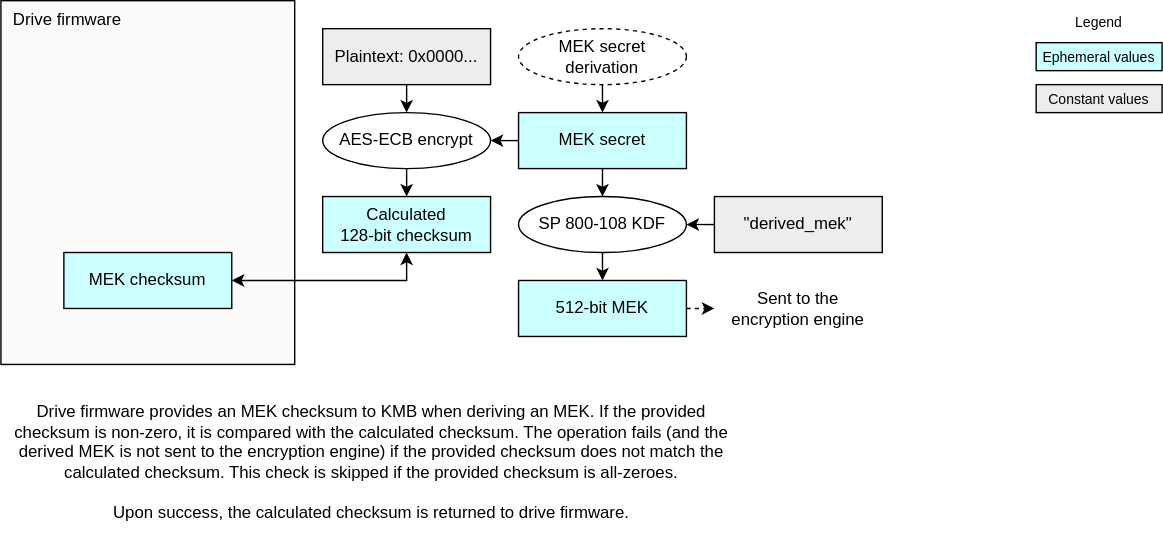
The draw.io diagram doc/ocp_lock/diagrams/mek_derive.drawio.svg in chipsalliance/Caliptra, before a commit. Source tidied: cells renumbered, new cells last; positions are measured from the earlier drawing's top-left corner, leaving out a move shared by most shapes. Source of this version:
```xml
<mxGraphModel background="#ffffff">
  <root>
    <mxCell id="0" />
    <mxCell id="1" parent="0" />
    <mxCell id="2" value="Legend" style="text;strokeColor=none;align=center;fillColor=none;html=1;verticalAlign=middle;whiteSpace=wrap;rounded=0;fontSize=10;" parent="1" vertex="1">
      <mxGeometry x="755" width="60" height="30" as="geometry" />
    </mxCell>
    <mxCell id="3" value="&lt;div&gt;&lt;font color=&quot;#000000&quot;&gt;Ephemeral values&lt;/font&gt;&lt;/div&gt;" style="rounded=0;whiteSpace=wrap;html=1;align=center;verticalAlign=middle;shadow=0;glass=0;spacingLeft=0;spacingBottom=0;spacingTop=0;fillColor=#CCFFFF;fontSize=10;" parent="1" vertex="1">
      <mxGeometry x="740" y="30" width="90" height="20" as="geometry" />
    </mxCell>
    <mxCell id="4" style="edgeStyle=none;html=1;exitX=0.5;exitY=1;exitDx=0;exitDy=0;entryX=0.5;entryY=0;entryDx=0;entryDy=0;" parent="1" edge="1" source="7" target="5">
      <mxGeometry relative="1" as="geometry" />
    </mxCell>
    <mxCell id="5" value="&lt;div&gt;&lt;font color=&quot;#000000&quot;&gt;512-bit MEK&lt;/font&gt;&lt;/div&gt;" style="rounded=0;whiteSpace=wrap;html=1;align=center;verticalAlign=middle;shadow=0;glass=0;spacingLeft=0;spacingBottom=0;spacingTop=0;fillColor=#CCFFFF;" parent="1" vertex="1">
      <mxGeometry x="370" y="200" width="120" height="40" as="geometry" />
    </mxCell>
    <mxCell id="6" style="edgeStyle=orthogonalEdgeStyle;endArrow=classic;html=1;rounded=0;endSize=6;startSize=6;exitX=0.5;exitY=1;exitDx=0;exitDy=0;entryX=0.5;entryY=0;entryDx=0;entryDy=0;" parent="1" edge="1" source="11" target="7">
      <mxGeometry relative="1" as="geometry" />
    </mxCell>
    <mxCell id="7" value="SP 800-108 KDF" style="ellipse;whiteSpace=wrap;html=1;fillColor=#FFFFFF;" parent="1" vertex="1">
      <mxGeometry x="370" y="140" width="120" height="40" as="geometry" />
    </mxCell>
    <mxCell id="8" style="edgeStyle=none;html=1;exitX=0;exitY=0.5;exitDx=0;exitDy=0;entryX=1;entryY=0.5;entryDx=0;entryDy=0;" parent="1" edge="1" source="9" target="7">
      <mxGeometry relative="1" as="geometry" />
    </mxCell>
    <mxCell id="9" value="&lt;div&gt;&lt;font color=&quot;#000000&quot;&gt;&quot;derived_mek&quot;&lt;/font&gt;&lt;/div&gt;" style="rounded=0;whiteSpace=wrap;html=1;align=center;verticalAlign=middle;shadow=0;glass=0;spacingLeft=0;spacingBottom=0;spacingTop=0;fillColor=#EDEDED;" parent="1" vertex="1">
      <mxGeometry x="510" y="140" width="120" height="40" as="geometry" />
    </mxCell>
    <mxCell id="10" style="edgeStyle=none;html=1;exitX=0;exitY=0.5;exitDx=0;exitDy=0;entryX=1;entryY=0.5;entryDx=0;entryDy=0;" parent="1" edge="1" source="11" target="19">
      <mxGeometry relative="1" as="geometry" />
    </mxCell>
    <mxCell id="11" value="&lt;div&gt;&lt;font color=&quot;#000000&quot;&gt;MEK secret&lt;/font&gt;&lt;/div&gt;" style="rounded=0;whiteSpace=wrap;html=1;align=center;verticalAlign=middle;shadow=0;glass=0;spacingLeft=0;spacingBottom=0;spacingTop=0;fillColor=#CCFFFF;" parent="1" vertex="1">
      <mxGeometry x="370" y="80" width="120" height="40" as="geometry" />
    </mxCell>
    <mxCell id="12" style="edgeStyle=none;html=1;exitX=0.5;exitY=1;exitDx=0;exitDy=0;entryX=0.5;entryY=0;entryDx=0;entryDy=0;" parent="1" edge="1" source="13" target="11">
      <mxGeometry relative="1" as="geometry" />
    </mxCell>
    <mxCell id="13" value="MEK secret&lt;div&gt;derivation&lt;/div&gt;" style="ellipse;whiteSpace=wrap;html=1;fillColor=#FFFFFF;dashed=1;" parent="1" vertex="1">
      <mxGeometry x="370" y="20" width="120" height="40" as="geometry" />
    </mxCell>
    <mxCell id="14" value="Sent to the&lt;div&gt;encryption engine&lt;/div&gt;" style="text;strokeColor=none;align=center;fillColor=none;html=1;verticalAlign=middle;whiteSpace=wrap;rounded=0;" parent="1" vertex="1">
      <mxGeometry x="510" y="205" width="120" height="30" as="geometry" />
    </mxCell>
    <mxCell id="15" style="edgeStyle=none;html=1;exitX=1;exitY=0.5;exitDx=0;exitDy=0;entryX=0;entryY=0.5;entryDx=0;entryDy=0;dashed=1;" parent="1" edge="1" target="14">
      <mxGeometry relative="1" as="geometry">
        <mxPoint x="490" y="220" as="sourcePoint" />
      </mxGeometry>
    </mxCell>
    <mxCell id="16" value="&lt;div&gt;&lt;font color=&quot;#000000&quot;&gt;Constant values&lt;/font&gt;&lt;/div&gt;" style="rounded=0;whiteSpace=wrap;html=1;align=center;verticalAlign=middle;shadow=0;glass=0;spacingLeft=0;spacingBottom=0;spacingTop=0;fillColor=#EDEDED;fontSize=10;" parent="1" vertex="1">
      <mxGeometry x="740" y="60" width="90" height="20" as="geometry" />
    </mxCell>
    <mxCell id="17" value="Drive firmware" style="rounded=0;whiteSpace=wrap;html=1;fillColor=#FAFAFA;strokeColor=#000000;align=left;verticalAlign=top;spacingLeft=7;" parent="1" vertex="1">
      <mxGeometry width="210" height="260" as="geometry" />
    </mxCell>
    <mxCell id="18" style="edgeStyle=none;html=1;exitX=0.5;exitY=1;exitDx=0;exitDy=0;entryX=0.5;entryY=0;entryDx=0;entryDy=0;" parent="1" edge="1" source="19" target="23">
      <mxGeometry relative="1" as="geometry" />
    </mxCell>
    <mxCell id="19" value="AES-ECB encrypt" style="ellipse;whiteSpace=wrap;html=1;fillColor=#FFFFFF;" parent="1" vertex="1">
      <mxGeometry x="230" y="80" width="120" height="40" as="geometry" />
    </mxCell>
    <mxCell id="20" style="edgeStyle=none;html=1;exitX=0.5;exitY=1;exitDx=0;exitDy=0;entryX=0.5;entryY=0;entryDx=0;entryDy=0;" parent="1" edge="1" source="21" target="19">
      <mxGeometry relative="1" as="geometry" />
    </mxCell>
    <mxCell id="21" value="&lt;div&gt;&lt;font color=&quot;#000000&quot;&gt;Plaintext: 0x0000...&lt;/font&gt;&lt;/div&gt;" style="rounded=0;whiteSpace=wrap;html=1;align=center;verticalAlign=middle;shadow=0;glass=0;spacingLeft=0;spacingBottom=0;spacingTop=0;fillColor=#EDEDED;" parent="1" vertex="1">
      <mxGeometry x="230" y="20" width="120" height="40" as="geometry" />
    </mxCell>
    <mxCell id="22" style="edgeStyle=orthogonalEdgeStyle;html=1;exitX=0.5;exitY=1;exitDx=0;exitDy=0;entryX=1;entryY=0.5;entryDx=0;entryDy=0;rounded=0;startArrow=classic;startFill=1;" parent="1" edge="1" source="23" target="24">
      <mxGeometry relative="1" as="geometry" />
    </mxCell>
    <mxCell id="23" value="&lt;div&gt;&lt;font color=&quot;#000000&quot;&gt;Calculated&lt;/font&gt;&lt;/div&gt;&lt;div&gt;&lt;font color=&quot;#000000&quot;&gt;128-bit checksum&lt;/font&gt;&lt;/div&gt;" style="rounded=0;whiteSpace=wrap;html=1;align=center;verticalAlign=middle;shadow=0;glass=0;spacingLeft=0;spacingBottom=0;spacingTop=0;fillColor=#CCFFFF;" parent="1" vertex="1">
      <mxGeometry x="230" y="140" width="120" height="40" as="geometry" />
    </mxCell>
    <mxCell id="24" value="MEK checksum" style="rounded=0;whiteSpace=wrap;html=1;align=center;verticalAlign=middle;shadow=0;glass=0;spacingLeft=0;spacingBottom=0;spacingTop=0;fillColor=#CCFFFF;" parent="1" vertex="1">
      <mxGeometry x="45" y="180" width="120" height="40" as="geometry" />
    </mxCell>
    <mxCell id="25" value="Drive firmware provides an MEK checksum to KMB when deriving an MEK. If the provided checksum is non-zero, it is compared with the calculated checksum. The operation fails (and the derived MEK is not sent to the encryption engine) if the provided checksum does not match the calculated checksum. This check is skipped if the provided checksum is all-zeroes.&lt;div&gt;&lt;br&gt;&lt;/div&gt;&lt;div&gt;Upon success, the calculated checksum is returned to drive firmware.&lt;/div&gt;" style="text;strokeColor=none;align=center;fillColor=none;html=1;verticalAlign=middle;whiteSpace=wrap;rounded=0;" parent="1" vertex="1">
      <mxGeometry y="270" width="530" height="120" as="geometry" />
    </mxCell>
  </root>
</mxGraphModel>
```
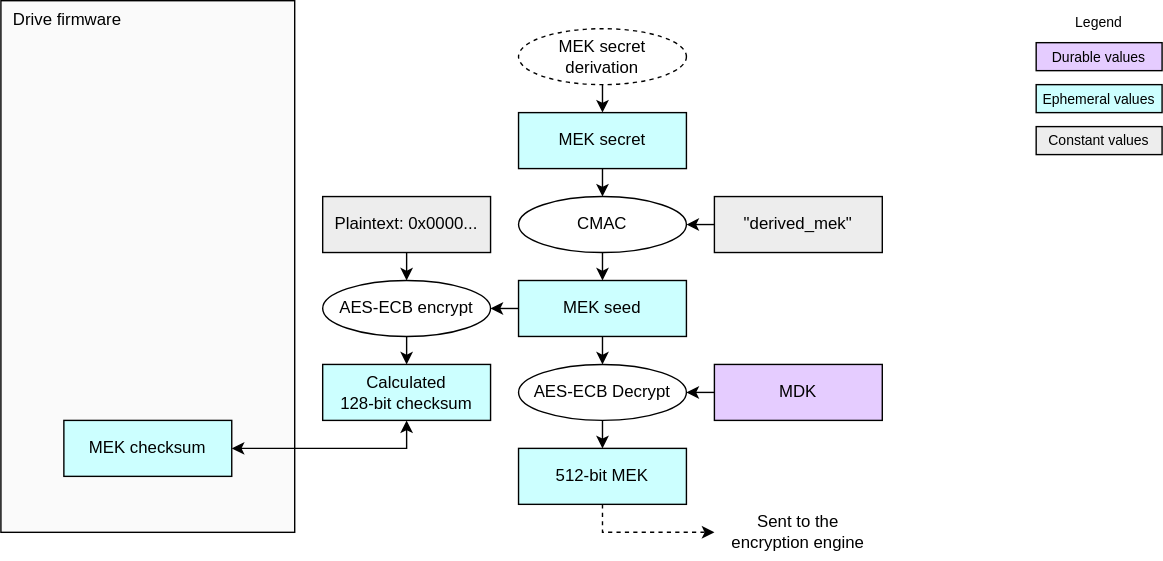
Later version of the same file.

Commit message:
Change how MEKs are derived. (#518)

Since the HMAC engine is unable to write to KV23, we need to instead use
the AES engine.

This change also moves prose around MEK checksums from the diagram to
the spec.

What changed in the source:
```diff
@@ -6,18 +6,12 @@
       <mxGeometry x="755" width="60" height="30" as="geometry" />
     </mxCell>
     <mxCell id="3" value="&lt;div&gt;&lt;font color=&quot;#000000&quot;&gt;Ephemeral values&lt;/font&gt;&lt;/div&gt;" style="rounded=0;whiteSpace=wrap;html=1;align=center;verticalAlign=middle;shadow=0;glass=0;spacingLeft=0;spacingBottom=0;spacingTop=0;fillColor=#CCFFFF;fontSize=10;" parent="1" vertex="1">
-      <mxGeometry x="740" y="30" width="90" height="20" as="geometry" />
+      <mxGeometry x="740" y="60" width="90" height="20" as="geometry" />
     </mxCell>
-    <mxCell id="4" style="edgeStyle=none;html=1;exitX=0.5;exitY=1;exitDx=0;exitDy=0;entryX=0.5;entryY=0;entryDx=0;entryDy=0;" parent="1" edge="1" source="7" target="5">
-      <mxGeometry relative="1" as="geometry" />
-    </mxCell>
-    <mxCell id="5" value="&lt;div&gt;&lt;font color=&quot;#000000&quot;&gt;512-bit MEK&lt;/font&gt;&lt;/div&gt;" style="rounded=0;whiteSpace=wrap;html=1;align=center;verticalAlign=middle;shadow=0;glass=0;spacingLeft=0;spacingBottom=0;spacingTop=0;fillColor=#CCFFFF;" parent="1" vertex="1">
-      <mxGeometry x="370" y="200" width="120" height="40" as="geometry" />
-    </mxCell>
     <mxCell id="6" style="edgeStyle=orthogonalEdgeStyle;endArrow=classic;html=1;rounded=0;endSize=6;startSize=6;exitX=0.5;exitY=1;exitDx=0;exitDy=0;entryX=0.5;entryY=0;entryDx=0;entryDy=0;" parent="1" edge="1" source="11" target="7">
       <mxGeometry relative="1" as="geometry" />
     </mxCell>
-    <mxCell id="7" value="SP 800-108 KDF" style="ellipse;whiteSpace=wrap;html=1;fillColor=#FFFFFF;" parent="1" vertex="1">
+    <mxCell id="7" value="CMAC" style="ellipse;whiteSpace=wrap;html=1;fillColor=#FFFFFF;" parent="1" vertex="1">
       <mxGeometry x="370" y="140" width="120" height="40" as="geometry" />
     </mxCell>
     <mxCell id="8" style="edgeStyle=none;html=1;exitX=0;exitY=0.5;exitDx=0;exitDy=0;entryX=1;entryY=0.5;entryDx=0;entryDy=0;" parent="1" edge="1" source="9" target="7">
@@ -26,7 +20,7 @@
     <mxCell id="9" value="&lt;div&gt;&lt;font color=&quot;#000000&quot;&gt;&quot;derived_mek&quot;&lt;/font&gt;&lt;/div&gt;" style="rounded=0;whiteSpace=wrap;html=1;align=center;verticalAlign=middle;shadow=0;glass=0;spacingLeft=0;spacingBottom=0;spacingTop=0;fillColor=#EDEDED;" parent="1" vertex="1">
       <mxGeometry x="510" y="140" width="120" height="40" as="geometry" />
     </mxCell>
-    <mxCell id="10" style="edgeStyle=none;html=1;exitX=0;exitY=0.5;exitDx=0;exitDy=0;entryX=1;entryY=0.5;entryDx=0;entryDy=0;" parent="1" edge="1" source="11" target="19">
+    <mxCell id="10" style="edgeStyle=none;html=1;exitX=0;exitY=0.5;exitDx=0;exitDy=0;entryX=1;entryY=0.5;entryDx=0;entryDy=0;" parent="1" edge="1" source="27" target="19">
       <mxGeometry relative="1" as="geometry" />
     </mxCell>
     <mxCell id="11" value="&lt;div&gt;&lt;font color=&quot;#000000&quot;&gt;MEK secret&lt;/font&gt;&lt;/div&gt;" style="rounded=0;whiteSpace=wrap;html=1;align=center;verticalAlign=middle;shadow=0;glass=0;spacingLeft=0;spacingBottom=0;spacingTop=0;fillColor=#CCFFFF;" parent="1" vertex="1">
@@ -38,43 +32,65 @@
     <mxCell id="13" value="MEK secret&lt;div&gt;derivation&lt;/div&gt;" style="ellipse;whiteSpace=wrap;html=1;fillColor=#FFFFFF;dashed=1;" parent="1" vertex="1">
       <mxGeometry x="370" y="20" width="120" height="40" as="geometry" />
     </mxCell>
-    <mxCell id="14" value="Sent to the&lt;div&gt;encryption engine&lt;/div&gt;" style="text;strokeColor=none;align=center;fillColor=none;html=1;verticalAlign=middle;whiteSpace=wrap;rounded=0;" parent="1" vertex="1">
-      <mxGeometry x="510" y="205" width="120" height="30" as="geometry" />
-    </mxCell>
-    <mxCell id="15" style="edgeStyle=none;html=1;exitX=1;exitY=0.5;exitDx=0;exitDy=0;entryX=0;entryY=0.5;entryDx=0;entryDy=0;dashed=1;" parent="1" edge="1" target="14">
-      <mxGeometry relative="1" as="geometry">
-        <mxPoint x="490" y="220" as="sourcePoint" />
-      </mxGeometry>
-    </mxCell>
     <mxCell id="16" value="&lt;div&gt;&lt;font color=&quot;#000000&quot;&gt;Constant values&lt;/font&gt;&lt;/div&gt;" style="rounded=0;whiteSpace=wrap;html=1;align=center;verticalAlign=middle;shadow=0;glass=0;spacingLeft=0;spacingBottom=0;spacingTop=0;fillColor=#EDEDED;fontSize=10;" parent="1" vertex="1">
-      <mxGeometry x="740" y="60" width="90" height="20" as="geometry" />
+      <mxGeometry x="740" y="90" width="90" height="20" as="geometry" />
     </mxCell>
     <mxCell id="17" value="Drive firmware" style="rounded=0;whiteSpace=wrap;html=1;fillColor=#FAFAFA;strokeColor=#000000;align=left;verticalAlign=top;spacingLeft=7;" parent="1" vertex="1">
-      <mxGeometry width="210" height="260" as="geometry" />
+      <mxGeometry width="210" height="380" as="geometry" />
     </mxCell>
     <mxCell id="18" style="edgeStyle=none;html=1;exitX=0.5;exitY=1;exitDx=0;exitDy=0;entryX=0.5;entryY=0;entryDx=0;entryDy=0;" parent="1" edge="1" source="19" target="23">
       <mxGeometry relative="1" as="geometry" />
     </mxCell>
     <mxCell id="19" value="AES-ECB encrypt" style="ellipse;whiteSpace=wrap;html=1;fillColor=#FFFFFF;" parent="1" vertex="1">
-      <mxGeometry x="230" y="80" width="120" height="40" as="geometry" />
+      <mxGeometry x="230" y="200" width="120" height="40" as="geometry" />
     </mxCell>
     <mxCell id="20" style="edgeStyle=none;html=1;exitX=0.5;exitY=1;exitDx=0;exitDy=0;entryX=0.5;entryY=0;entryDx=0;entryDy=0;" parent="1" edge="1" source="21" target="19">
       <mxGeometry relative="1" as="geometry" />
     </mxCell>
     <mxCell id="21" value="&lt;div&gt;&lt;font color=&quot;#000000&quot;&gt;Plaintext: 0x0000...&lt;/font&gt;&lt;/div&gt;" style="rounded=0;whiteSpace=wrap;html=1;align=center;verticalAlign=middle;shadow=0;glass=0;spacingLeft=0;spacingBottom=0;spacingTop=0;fillColor=#EDEDED;" parent="1" vertex="1">
-      <mxGeometry x="230" y="20" width="120" height="40" as="geometry" />
+      <mxGeometry x="230" y="140" width="120" height="40" as="geometry" />
     </mxCell>
     <mxCell id="22" style="edgeStyle=orthogonalEdgeStyle;html=1;exitX=0.5;exitY=1;exitDx=0;exitDy=0;entryX=1;entryY=0.5;entryDx=0;entryDy=0;rounded=0;startArrow=classic;startFill=1;" parent="1" edge="1" source="23" target="24">
       <mxGeometry relative="1" as="geometry" />
     </mxCell>
     <mxCell id="23" value="&lt;div&gt;&lt;font color=&quot;#000000&quot;&gt;Calculated&lt;/font&gt;&lt;/div&gt;&lt;div&gt;&lt;font color=&quot;#000000&quot;&gt;128-bit checksum&lt;/font&gt;&lt;/div&gt;" style="rounded=0;whiteSpace=wrap;html=1;align=center;verticalAlign=middle;shadow=0;glass=0;spacingLeft=0;spacingBottom=0;spacingTop=0;fillColor=#CCFFFF;" parent="1" vertex="1">
-      <mxGeometry x="230" y="140" width="120" height="40" as="geometry" />
+      <mxGeometry x="230" y="260" width="120" height="40" as="geometry" />
     </mxCell>
     <mxCell id="24" value="MEK checksum" style="rounded=0;whiteSpace=wrap;html=1;align=center;verticalAlign=middle;shadow=0;glass=0;spacingLeft=0;spacingBottom=0;spacingTop=0;fillColor=#CCFFFF;" parent="1" vertex="1">
-      <mxGeometry x="45" y="180" width="120" height="40" as="geometry" />
+      <mxGeometry x="45" y="300" width="120" height="40" as="geometry" />
     </mxCell>
-    <mxCell id="25" value="Drive firmware provides an MEK checksum to KMB when deriving an MEK. If the provided checksum is non-zero, it is compared with the calculated checksum. The operation fails (and the derived MEK is not sent to the encryption engine) if the provided checksum does not match the calculated checksum. This check is skipped if the provided checksum is all-zeroes.&lt;div&gt;&lt;br&gt;&lt;/div&gt;&lt;div&gt;Upon success, the calculated checksum is returned to drive firmware.&lt;/div&gt;" style="text;strokeColor=none;align=center;fillColor=none;html=1;verticalAlign=middle;whiteSpace=wrap;rounded=0;" parent="1" vertex="1">
-      <mxGeometry y="270" width="530" height="120" as="geometry" />
-    </mxCell>
+    <mxCell id="26" style="edgeStyle=none;html=1;exitX=0.5;exitY=1;exitDx=0;exitDy=0;entryX=0.5;entryY=0;entryDx=0;entryDy=0;" parent="1" edge="1" source="27" target="31">
+      <mxGeometry relative="1" as="geometry" />
+    </mxCell>
+    <mxCell id="27" value="&lt;div&gt;&lt;font color=&quot;#000000&quot;&gt;MEK seed&lt;/font&gt;&lt;/div&gt;" style="rounded=0;whiteSpace=wrap;html=1;align=center;verticalAlign=middle;shadow=0;glass=0;spacingLeft=0;spacingBottom=0;spacingTop=0;fillColor=#CCFFFF;" parent="1" vertex="1">
+      <mxGeometry x="370" y="200" width="120" height="40" as="geometry" />
+    </mxCell>
+    <mxCell id="14" value="Sent to the&lt;div&gt;encryption engine&lt;/div&gt;" style="text;strokeColor=none;align=center;fillColor=none;html=1;verticalAlign=middle;whiteSpace=wrap;rounded=0;spacingTop=0;" parent="1" vertex="1">
+      <mxGeometry x="510" y="360" width="120" height="40" as="geometry" />
+    </mxCell>
+    <mxCell id="28" style="edgeStyle=orthogonalEdgeStyle;html=1;exitX=0.5;exitY=1;exitDx=0;exitDy=0;entryX=0;entryY=0.5;entryDx=0;entryDy=0;dashed=1;rounded=0;flowAnimation=0;" parent="1" edge="1" source="5" target="14">
+      <mxGeometry relative="1" as="geometry" />
+    </mxCell>
+    <mxCell id="29" style="edgeStyle=none;html=1;exitX=0.5;exitY=1;exitDx=0;exitDy=0;entryX=0.5;entryY=0;entryDx=0;entryDy=0;" parent="1" edge="1" source="7" target="27">
+      <mxGeometry relative="1" as="geometry" />
+    </mxCell>
+    <mxCell id="30" style="edgeStyle=none;html=1;exitX=0.5;exitY=1;exitDx=0;exitDy=0;entryX=0.5;entryY=0;entryDx=0;entryDy=0;" parent="1" edge="1" source="31" target="5">
+      <mxGeometry relative="1" as="geometry" />
+    </mxCell>
+    <mxCell id="31" value="AES-ECB Decrypt" style="ellipse;whiteSpace=wrap;html=1;fillColor=#FFFFFF;" parent="1" vertex="1">
+      <mxGeometry x="370" y="260" width="120" height="40" as="geometry" />
+    </mxCell>
+    <mxCell id="32" style="edgeStyle=orthogonalEdgeStyle;html=1;exitX=0;exitY=0.5;exitDx=0;exitDy=0;entryX=1;entryY=0.5;entryDx=0;entryDy=0;rounded=0;" parent="1" edge="1" source="33" target="31">
+      <mxGeometry relative="1" as="geometry" />
+    </mxCell>
+    <mxCell id="33" value="&lt;div&gt;&lt;font color=&quot;#000000&quot;&gt;MDK&lt;/font&gt;&lt;/div&gt;" style="rounded=0;whiteSpace=wrap;html=1;align=center;verticalAlign=middle;shadow=0;glass=0;spacingLeft=0;spacingBottom=0;spacingTop=0;fillColor=#E5CCFF;" parent="1" vertex="1">
+      <mxGeometry x="510" y="260" width="120" height="40" as="geometry" />
+    </mxCell>
+    <mxCell id="5" value="&lt;div&gt;&lt;font color=&quot;#000000&quot;&gt;512-bit MEK&lt;/font&gt;&lt;/div&gt;" style="rounded=0;whiteSpace=wrap;html=1;align=center;verticalAlign=middle;shadow=0;glass=0;spacingLeft=0;spacingBottom=0;spacingTop=0;fillColor=#CCFFFF;" parent="1" vertex="1">
+      <mxGeometry x="370" y="320" width="120" height="40" as="geometry" />
+    </mxCell>
+    <mxCell id="34" value="&lt;div&gt;&lt;font color=&quot;#000000&quot;&gt;Durable values&lt;/font&gt;&lt;/div&gt;" style="rounded=0;whiteSpace=wrap;html=1;align=center;verticalAlign=middle;shadow=0;glass=0;spacingLeft=0;spacingBottom=0;spacingTop=0;fillColor=#E5CCFF;fontSize=10;" parent="1" vertex="1">
+      <mxGeometry x="740" y="30" width="90" height="20" as="geometry" />
+    </mxCell>
   </root>
 </mxGraphModel>
```
